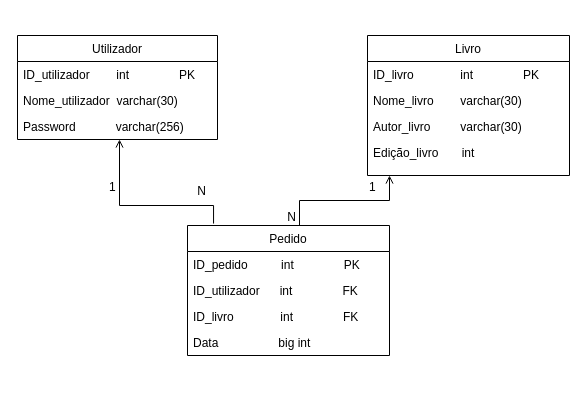
davidmanassa/Book-Manager keeps this draw.io diagram as ModeloDeDados.drawio. Above is the earlier version. Source tidied: cells renumbered, new cells numbered last; positions are measured from the earlier drawing's top-left corner, leaving out a move shared by most shapes. Both pictures are drawn from the tidied source at 100%, with x=0, y=0 at pixel (17, 35).
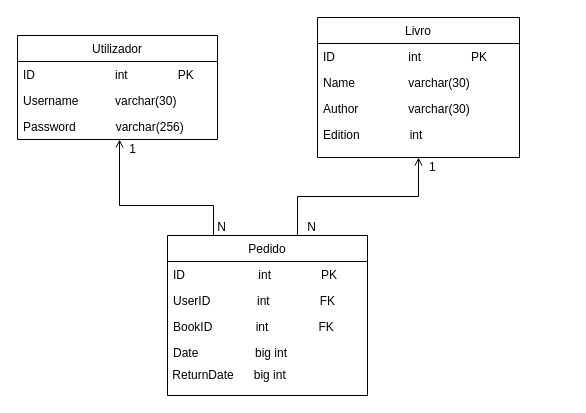
Above is the later version.

Unchanged cells that the change refers to:
```xml
<mxCell id="2" value="Utilizador" style="swimlane;fontStyle=0;align=center;verticalAlign=top;horizontal=1;startSize=26;rounded=0;shadow=0;strokeWidth=1;" parent="1" vertex="1">
  <mxGeometry width="200" height="104" as="geometry" />
</mxCell>
<mxCell id="5" value="Password            varchar(256)" style="text;align=left;verticalAlign=top;spacingLeft=4;spacingRight=4;overflow=hidden;points=[[0,0.5],[1,0.5]];portConstraint=eastwest;rounded=0;shadow=0;html=0;" parent="2" vertex="1">
  <mxGeometry y="78" width="200" height="26" as="geometry" />
</mxCell>
```

What changed in the source:
```diff
@@
-    <mxCell id="3" value="ID_utilizador        int               PK" style="text;align=left;verticalAlign=top;spacingLeft=4;spacingRight=4;overflow=hidden;" parent="2" vertex="1">
+    <mxCell id="3" value="ID                        int               PK" style="text;align=left;verticalAlign=top;spacingLeft=4;spacingRight=4;overflow=hidden;" parent="2" vertex="1">
       <mxGeometry y="26" width="200" height="26" as="geometry" />
     </mxCell>
-    <mxCell id="4" value="Nome_utilizador  varchar(30)" style="text;align=left;verticalAlign=top;spacingLeft=4;spacingRight=4;overflow=hidden;rounded=0;shadow=0;html=0;" parent="2" vertex="1">
+    <mxCell id="4" value="Username           varchar(30)" style="text;align=left;verticalAlign=top;spacingLeft=4;spacingRight=4;overflow=hidden;rounded=0;shadow=0;html=0;" parent="2" vertex="1">
       <mxGeometry y="52" width="200" height="26" as="geometry" />
     </mxCell>
@@
-    <mxCell id="6" style="endArrow=open;shadow=0;strokeWidth=1;strokeColor=#000000;rounded=0;endFill=1;edgeStyle=elbowEdgeStyle;elbow=vertical;entryX=0.51;entryY=1;entryDx=0;entryDy=0;entryPerimeter=0;exitX=0.129;exitY=-0.015;exitDx=0;exitDy=0;exitPerimeter=0;" parent="1" edge="1" source="9" target="5">
+    <mxCell id="6" style="endArrow=open;shadow=0;strokeWidth=1;strokeColor=#000000;rounded=0;endFill=1;edgeStyle=elbowEdgeStyle;elbow=vertical;entryX=0.51;entryY=1;entryDx=0;entryDy=0;entryPerimeter=0;" parent="1" edge="1" target="5">
       <mxGeometry x="0.5" y="41" relative="1" as="geometry">
+        <mxPoint x="196" y="200" as="sourcePoint" />
         <Array as="points">
           <mxPoint x="150" y="170" />
           <mxPoint x="90" y="170" />
           <mxPoint x="110" y="161" />
         </Array>
         <mxPoint x="-40" y="32" as="offset" />
       </mxGeometry>
     </mxCell>
     <mxCell id="7" value="1" style="align=left;verticalAlign=bottom;labelBackgroundColor=none;fontSize=12;direction=west;" parent="6" vertex="1">
       <mxGeometry x="-1" relative="1" as="geometry">
-        <mxPoint x="-106.1" y="-28.1" as="offset" />
+        <mxPoint x="-85.8" y="-77.6" as="offset" />
       </mxGeometry>
     </mxCell>
     <mxCell id="8" value="N" style="align=right;verticalAlign=bottom;labelBackgroundColor=none;fontSize=12;" parent="6" vertex="1">
       <mxGeometry x="1" relative="1" as="geometry">
-        <mxPoint x="88" y="59.9" as="offset" />
+        <mxPoint x="108" y="95.6" as="offset" />
       </mxGeometry>
     </mxCell>
-    <mxCell id="9" value="Pedido" style="swimlane;fontStyle=0;align=center;verticalAlign=top;horizontal=1;startSize=26;rounded=0;shadow=0;strokeWidth=1;" parent="1" vertex="1">
-      <mxGeometry x="170" y="190" width="202" height="130" as="geometry" />
-    </mxCell>
-    <mxCell id="10" value="ID_pedido          int               PK      " style="text;align=left;verticalAlign=top;spacingLeft=4;spacingRight=4;overflow=hidden;" parent="9" vertex="1">
-      <mxGeometry y="26" width="202" height="26" as="geometry" />
-    </mxCell>
-    <mxCell id="11" value="ID_utilizador      int               FK" style="text;align=left;verticalAlign=top;spacingLeft=4;spacingRight=4;overflow=hidden;rounded=0;shadow=0;html=0;" parent="9" vertex="1">
-      <mxGeometry y="52" width="202" height="26" as="geometry" />
-    </mxCell>
-    <mxCell id="12" value="ID_livro              int               FK" style="text;align=left;verticalAlign=top;spacingLeft=4;spacingRight=4;overflow=hidden;rounded=0;shadow=0;html=0;" parent="9" vertex="1">
-      <mxGeometry y="78" width="202" height="26" as="geometry" />
-    </mxCell>
-    <mxCell id="13" value="Data                  big int               " style="text;align=left;verticalAlign=top;spacingLeft=4;spacingRight=4;overflow=hidden;rounded=0;shadow=0;html=0;" parent="9" vertex="1">
-      <mxGeometry y="104" width="202" height="26" as="geometry" />
-    </mxCell>
-    <mxCell id="14" style="endArrow=open;shadow=0;strokeWidth=1;strokeColor=#000000;rounded=0;endFill=1;edgeStyle=elbowEdgeStyle;elbow=vertical;" parent="1" edge="1">
+    <mxCell id="14" style="endArrow=open;shadow=0;strokeWidth=1;strokeColor=#000000;rounded=0;endFill=1;edgeStyle=elbowEdgeStyle;elbow=vertical;entryX=0.5;entryY=1;entryDx=0;entryDy=0;" parent="1" edge="1" target="17">
       <mxGeometry x="0.5" y="41" relative="1" as="geometry">
-        <mxPoint x="282" y="190" as="sourcePoint" />
-        <mxPoint x="372" y="140" as="targetPoint" />
+        <mxPoint x="280" y="200" as="sourcePoint" />
         <mxPoint x="-40" y="32" as="offset" />
       </mxGeometry>
     </mxCell>
     <mxCell id="15" value="1" style="align=left;verticalAlign=bottom;labelBackgroundColor=none;fontSize=12;" parent="14" vertex="1">
       <mxGeometry x="-1" relative="1" as="geometry">
-        <mxPoint x="68" y="-30" as="offset" />
+        <mxPoint x="130" y="-60" as="offset" />
       </mxGeometry>
     </mxCell>
     <mxCell id="16" value="N" style="align=right;verticalAlign=bottom;labelBackgroundColor=none;fontSize=12;" parent="14" vertex="1">
       <mxGeometry x="1" relative="1" as="geometry">
-        <mxPoint x="-92" y="50" as="offset" />
+        <mxPoint x="-101" y="78" as="offset" />
       </mxGeometry>
     </mxCell>
     <mxCell id="17" value="Livro" style="swimlane;fontStyle=0;align=center;verticalAlign=top;horizontal=1;startSize=26;rounded=0;shadow=0;strokeWidth=1;" parent="1" vertex="1">
-      <mxGeometry x="350" width="202" height="140" as="geometry" />
+      <mxGeometry x="300" y="-18" width="202" height="140" as="geometry" />
     </mxCell>
-    <mxCell id="18" value="ID_livro              int               PK      " style="text;align=left;verticalAlign=top;spacingLeft=4;spacingRight=4;overflow=hidden;" parent="17" vertex="1">
+    <mxCell id="18" value="ID                      int               PK      " style="text;align=left;verticalAlign=top;spacingLeft=4;spacingRight=4;overflow=hidden;" parent="17" vertex="1">
       <mxGeometry y="26" width="202" height="26" as="geometry" />
     </mxCell>
-    <mxCell id="19" value="Nome_livro        varchar(30)" style="text;align=left;verticalAlign=top;spacingLeft=4;spacingRight=4;overflow=hidden;rounded=0;shadow=0;html=0;" parent="17" vertex="1">
+    <mxCell id="19" value="Name                varchar(30)" style="text;align=left;verticalAlign=top;spacingLeft=4;spacingRight=4;overflow=hidden;rounded=0;shadow=0;html=0;" parent="17" vertex="1">
       <mxGeometry y="52" width="202" height="26" as="geometry" />
     </mxCell>
-    <mxCell id="20" value="Autor_livro         varchar(30)" style="text;align=left;verticalAlign=top;spacingLeft=4;spacingRight=4;overflow=hidden;rounded=0;shadow=0;html=0;" parent="17" vertex="1">
+    <mxCell id="20" value="Author               varchar(30)" style="text;align=left;verticalAlign=top;spacingLeft=4;spacingRight=4;overflow=hidden;rounded=0;shadow=0;html=0;" parent="17" vertex="1">
       <mxGeometry y="78" width="202" height="26" as="geometry" />
     </mxCell>
-    <mxCell id="21" value="Edição_livro       int" style="text;align=left;verticalAlign=top;spacingLeft=4;spacingRight=4;overflow=hidden;rounded=0;shadow=0;html=0;" parent="17" vertex="1">
+    <mxCell id="21" value="Edition               int" style="text;align=left;verticalAlign=top;spacingLeft=4;spacingRight=4;overflow=hidden;rounded=0;shadow=0;html=0;" parent="17" vertex="1">
       <mxGeometry y="104" width="202" height="26" as="geometry" />
     </mxCell>
+    <mxCell id="9" value="Pedido" style="swimlane;fontStyle=0;align=center;verticalAlign=top;horizontal=1;startSize=26;rounded=0;shadow=0;strokeWidth=1;" parent="1" vertex="1">
+      <mxGeometry x="150" y="200" width="200" height="160" as="geometry" />
+    </mxCell>
+    <mxCell id="10" value="ID                      int               PK      " style="text;align=left;verticalAlign=top;spacingLeft=4;spacingRight=4;overflow=hidden;" parent="9" vertex="1">
+      <mxGeometry y="26" width="200" height="26" as="geometry" />
+    </mxCell>
+    <mxCell id="11" value="UserID              int               FK" style="text;align=left;verticalAlign=top;spacingLeft=4;spacingRight=4;overflow=hidden;rounded=0;shadow=0;html=0;" parent="9" vertex="1">
+      <mxGeometry y="52" width="200" height="26" as="geometry" />
+    </mxCell>
+    <mxCell id="12" value="BookID             int               FK" style="text;align=left;verticalAlign=top;spacingLeft=4;spacingRight=4;overflow=hidden;rounded=0;shadow=0;html=0;" parent="9" vertex="1">
+      <mxGeometry y="78" width="200" height="26" as="geometry" />
+    </mxCell>
+    <mxCell id="13" value="Date                 big int               " style="text;align=left;verticalAlign=top;spacingLeft=4;spacingRight=4;overflow=hidden;rounded=0;shadow=0;html=0;" parent="9" vertex="1">
+      <mxGeometry y="104" width="200" height="26" as="geometry" />
+    </mxCell>
+    <mxCell id="22" value="&amp;nbsp;ReturnDate&amp;nbsp; &amp;nbsp; &amp;nbsp; big int&amp;nbsp; &amp;nbsp;&amp;nbsp;" style="text;html=1;align=left;verticalAlign=middle;" parent="9" vertex="1">
+      <mxGeometry y="130" width="200" height="20" as="geometry" />
+    </mxCell>
```
